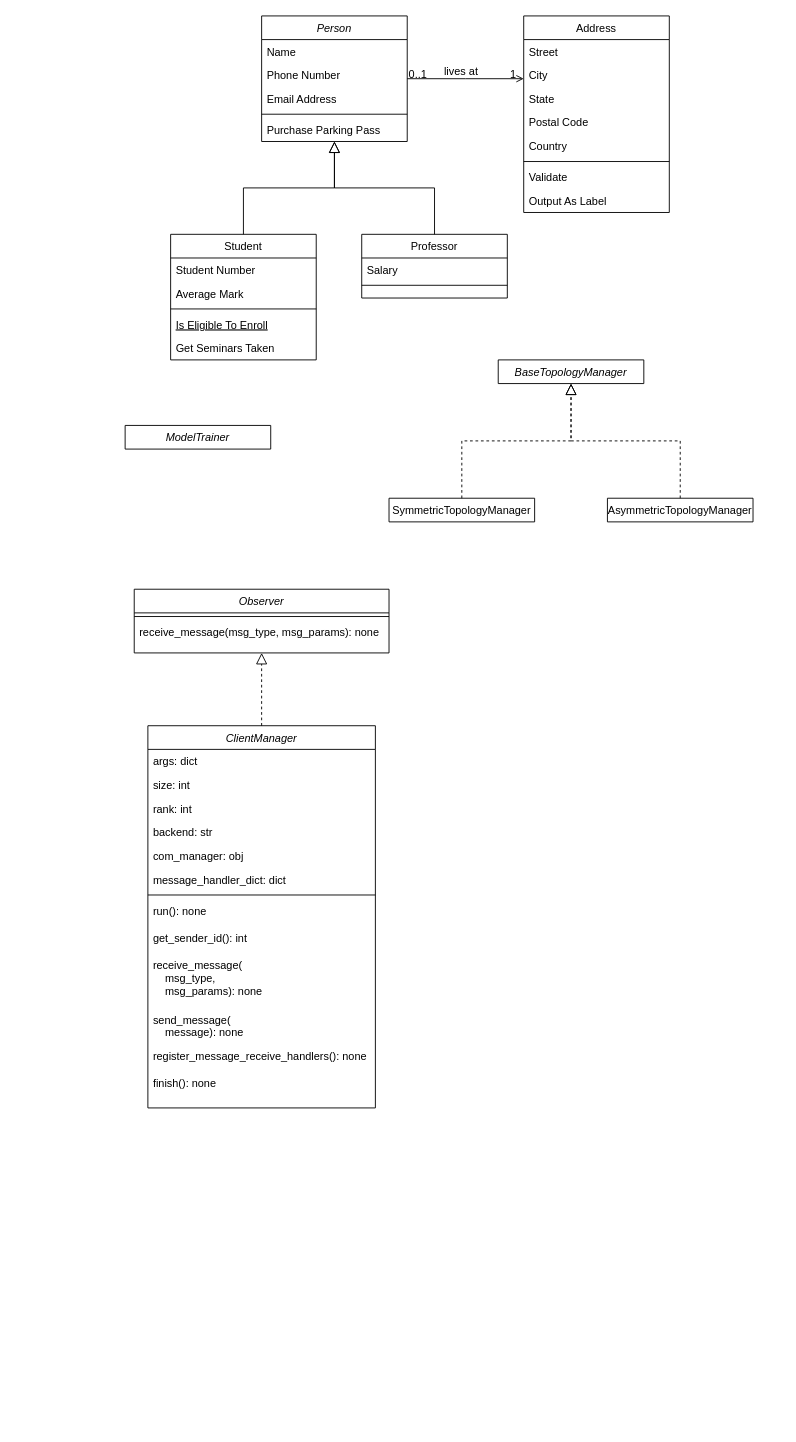
Above: FedML.drawio in joneswong/draw (draw.io), before the change. Source tidied: cells renumbered, new cells numbered last; positions are measured from the earlier drawing's top-left corner, leaving out a move shared by most shapes. Both pictures are drawn from the tidied source at 91%, with x=0, y=0 at pixel (125, 15).
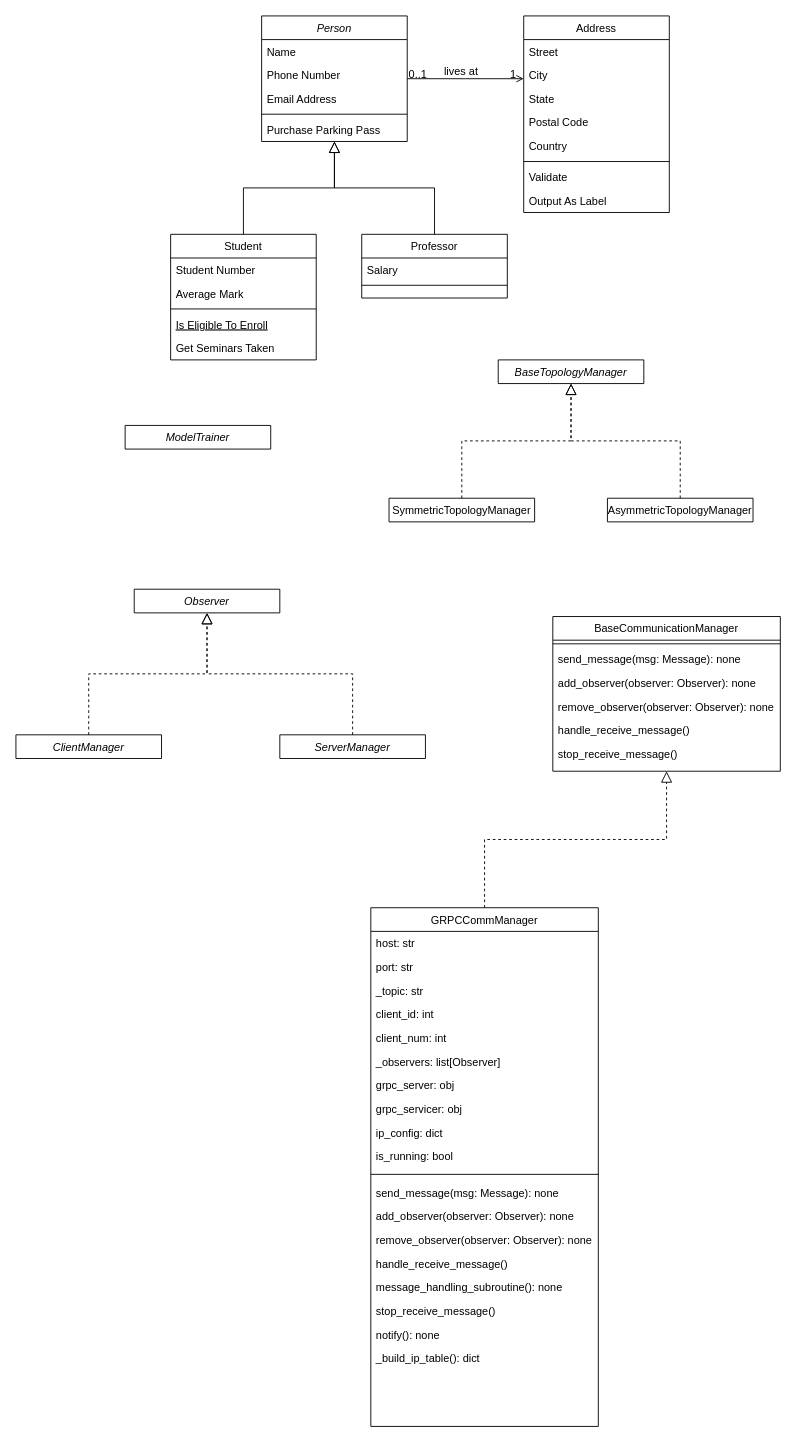
The same diagram, later.

The edit, as a diff of the source:
```diff
@@
-    <mxCell id="38" value="Observer" style="swimlane;fontStyle=2;align=center;verticalAlign=top;horizontal=1;startSize=26;rounded=0;shadow=0;strokeWidth=1;" parent="1" vertex="1">
-      <mxGeometry x="10" y="630" width="280" height="70" as="geometry" />
+    <mxCell id="38" value="Observer" style="swimlane;fontStyle=2;align=center;verticalAlign=top;horizontal=1;startSize=26;rounded=0;shadow=0;strokeWidth=1;" parent="1" vertex="1" collapsed="1">
+      <mxGeometry x="10" y="630" width="160" height="26" as="geometry" />
     </mxCell>
-    <mxCell id="39" style="line;html=1;strokeWidth=1;align=left;verticalAlign=middle;spacingTop=-1;spacingLeft=3;spacingRight=3;labelPosition=right;" parent="38" vertex="1">
-      <mxGeometry y="26" width="280" height="8" as="geometry" />
-    </mxCell>
-    <mxCell id="40" value="receive_message(msg_type, msg_params): none" style="text;align=left;verticalAlign=top;spacingLeft=4;spacingRight=4;overflow=hidden;" parent="38" vertex="1">
-      <mxGeometry y="34" width="280" height="26" as="geometry" />
-    </mxCell>
-    <mxCell id="41" value="ClientManager" style="swimlane;fontStyle=2;align=center;verticalAlign=top;horizontal=1;startSize=26;rounded=0;shadow=0;strokeWidth=1;" parent="1" vertex="1">
-      <mxGeometry x="25" y="780" width="250" height="420" as="geometry" />
+    <mxCell id="41" value="ClientManager" style="swimlane;fontStyle=2;align=center;verticalAlign=top;horizontal=1;startSize=26;rounded=0;shadow=0;strokeWidth=1;" parent="1" vertex="1" collapsed="1">
+      <mxGeometry x="-120" y="790" width="160" height="26" as="geometry" />
     </mxCell>
-    <mxCell id="42" value="args: dict" style="text;align=left;verticalAlign=top;spacingLeft=4;spacingRight=4;overflow=hidden;" parent="41" vertex="1">
-      <mxGeometry y="26" width="250" height="26" as="geometry" />
-    </mxCell>
-    <mxCell id="43" value="size: int" style="text;align=left;verticalAlign=top;spacingLeft=4;spacingRight=4;overflow=hidden;rounded=0;shadow=0;html=0;" parent="41" vertex="1">
-      <mxGeometry y="52" width="250" height="26" as="geometry" />
-    </mxCell>
-    <mxCell id="44" value="rank: int" style="text;align=left;verticalAlign=top;spacingLeft=4;spacingRight=4;overflow=hidden;rounded=0;shadow=0;html=0;" parent="41" vertex="1">
-      <mxGeometry y="78" width="250" height="26" as="geometry" />
-    </mxCell>
-    <mxCell id="45" value="backend: str" style="text;align=left;verticalAlign=top;spacingLeft=4;spacingRight=4;overflow=hidden;rounded=0;shadow=0;html=0;" parent="41" vertex="1">
-      <mxGeometry y="104" width="250" height="26" as="geometry" />
-    </mxCell>
-    <mxCell id="46" value="com_manager: obj" style="text;align=left;verticalAlign=top;spacingLeft=4;spacingRight=4;overflow=hidden;rounded=0;shadow=0;html=0;" parent="41" vertex="1">
-      <mxGeometry y="130" width="250" height="26" as="geometry" />
-    </mxCell>
-    <mxCell id="47" value="message_handler_dict: dict" style="text;align=left;verticalAlign=top;spacingLeft=4;spacingRight=4;overflow=hidden;rounded=0;shadow=0;html=0;" parent="41" vertex="1">
-      <mxGeometry y="156" width="250" height="26" as="geometry" />
-    </mxCell>
-    <mxCell id="48" style="line;html=1;strokeWidth=1;align=left;verticalAlign=middle;spacingTop=-1;spacingLeft=3;spacingRight=3;labelPosition=right;" parent="41" vertex="1">
-      <mxGeometry y="182" width="250" height="8" as="geometry" />
-    </mxCell>
-    <mxCell id="49" value="run(): none" style="text;align=left;verticalAlign=top;spacingLeft=4;spacingRight=4;overflow=hidden;" parent="41" vertex="1">
-      <mxGeometry y="190" width="250" height="30" as="geometry" />
-    </mxCell>
-    <mxCell id="50" value="get_sender_id(): int" style="text;align=left;verticalAlign=top;spacingLeft=4;spacingRight=4;overflow=hidden;" parent="41" vertex="1">
-      <mxGeometry y="220" width="250" height="30" as="geometry" />
-    </mxCell>
-    <mxCell id="51" value="receive_message(&#10;    msg_type, &#10;    msg_params): none" style="text;align=left;verticalAlign=top;spacingLeft=4;spacingRight=4;overflow=hidden;" parent="41" vertex="1">
-      <mxGeometry y="250" width="250" height="60" as="geometry" />
-    </mxCell>
-    <mxCell id="52" value="send_message(&#10;    message): none" style="text;align=left;verticalAlign=top;spacingLeft=4;spacingRight=4;overflow=hidden;" parent="41" vertex="1">
-      <mxGeometry y="310" width="250" height="40" as="geometry" />
-    </mxCell>
-    <mxCell id="53" value="register_message_receive_handlers(): none" style="text;align=left;verticalAlign=top;spacingLeft=4;spacingRight=4;overflow=hidden;" parent="41" vertex="1">
-      <mxGeometry y="350" width="250" height="30" as="geometry" />
-    </mxCell>
-    <mxCell id="54" value="finish(): none" style="text;align=left;verticalAlign=top;spacingLeft=4;spacingRight=4;overflow=hidden;" parent="41" vertex="1">
-      <mxGeometry y="380" width="250" height="30" as="geometry" />
-    </mxCell>
@@
+    <mxCell id="56" value="ServerManager" style="swimlane;fontStyle=2;align=center;verticalAlign=top;horizontal=1;startSize=26;rounded=0;shadow=0;strokeWidth=1;" parent="1" vertex="1" collapsed="1">
+      <mxGeometry x="170" y="790" width="160" height="26" as="geometry" />
+    </mxCell>
+    <mxCell id="57" style="endArrow=block;endSize=10;endFill=0;shadow=0;strokeWidth=1;rounded=0;edgeStyle=elbowEdgeStyle;elbow=vertical;exitX=0.5;exitY=0;exitDx=0;exitDy=0;dashed=1;entryX=0.5;entryY=1;entryDx=0;entryDy=0;" parent="1" edge="1" source="56" target="38">
+      <mxGeometry relative="1" as="geometry" />
+    </mxCell>
+    <mxCell id="58" value="BaseCommunicationManager" style="swimlane;fontStyle=0;align=center;verticalAlign=top;horizontal=1;startSize=26;rounded=0;shadow=0;strokeWidth=1;" parent="1" vertex="1">
+      <mxGeometry x="470" y="660" width="250" height="170" as="geometry" />
+    </mxCell>
+    <mxCell id="59" style="line;html=1;strokeWidth=1;align=left;verticalAlign=middle;spacingTop=-1;spacingLeft=3;spacingRight=3;labelPosition=right;" parent="58" vertex="1">
+      <mxGeometry y="26" width="250" height="8" as="geometry" />
+    </mxCell>
+    <mxCell id="60" value="send_message(msg: Message): none" style="text;align=left;verticalAlign=top;spacingLeft=4;spacingRight=4;overflow=hidden;" parent="58" vertex="1">
+      <mxGeometry y="34" width="250" height="26" as="geometry" />
+    </mxCell>
+    <mxCell id="61" value="add_observer(observer: Observer): none" style="text;align=left;verticalAlign=top;spacingLeft=4;spacingRight=4;overflow=hidden;" parent="58" vertex="1">
+      <mxGeometry y="60" width="250" height="26" as="geometry" />
+    </mxCell>
+    <mxCell id="62" value="remove_observer(observer: Observer): none" style="text;align=left;verticalAlign=top;spacingLeft=4;spacingRight=4;overflow=hidden;" parent="58" vertex="1">
+      <mxGeometry y="86" width="250" height="26" as="geometry" />
+    </mxCell>
+    <mxCell id="63" value="handle_receive_message()" style="text;align=left;verticalAlign=top;spacingLeft=4;spacingRight=4;overflow=hidden;" parent="58" vertex="1">
+      <mxGeometry y="112" width="250" height="26" as="geometry" />
+    </mxCell>
+    <mxCell id="64" value="stop_receive_message()" style="text;align=left;verticalAlign=top;spacingLeft=4;spacingRight=4;overflow=hidden;" parent="58" vertex="1">
+      <mxGeometry y="138" width="250" height="26" as="geometry" />
+    </mxCell>
+    <mxCell id="65" value="GRPCCommManager" style="swimlane;fontStyle=0;align=center;verticalAlign=top;horizontal=1;startSize=26;rounded=0;shadow=0;strokeWidth=1;" parent="1" vertex="1">
+      <mxGeometry x="270" y="980" width="250" height="570" as="geometry" />
+    </mxCell>
+    <mxCell id="66" value="host: str" style="text;align=left;verticalAlign=top;spacingLeft=4;spacingRight=4;overflow=hidden;" parent="65" vertex="1">
+      <mxGeometry y="26" width="250" height="26" as="geometry" />
+    </mxCell>
+    <mxCell id="67" value="port: str" style="text;align=left;verticalAlign=top;spacingLeft=4;spacingRight=4;overflow=hidden;" parent="65" vertex="1">
+      <mxGeometry y="52" width="250" height="26" as="geometry" />
+    </mxCell>
+    <mxCell id="68" value="_topic: str" style="text;align=left;verticalAlign=top;spacingLeft=4;spacingRight=4;overflow=hidden;" parent="65" vertex="1">
+      <mxGeometry y="78" width="250" height="26" as="geometry" />
+    </mxCell>
+    <mxCell id="69" value="client_id: int" style="text;align=left;verticalAlign=top;spacingLeft=4;spacingRight=4;overflow=hidden;" parent="65" vertex="1">
+      <mxGeometry y="104" width="250" height="26" as="geometry" />
+    </mxCell>
+    <mxCell id="70" value="client_num: int" style="text;align=left;verticalAlign=top;spacingLeft=4;spacingRight=4;overflow=hidden;" parent="65" vertex="1">
+      <mxGeometry y="130" width="250" height="26" as="geometry" />
+    </mxCell>
+    <mxCell id="71" value="_observers: list[Observer]" style="text;align=left;verticalAlign=top;spacingLeft=4;spacingRight=4;overflow=hidden;" parent="65" vertex="1">
+      <mxGeometry y="156" width="250" height="26" as="geometry" />
+    </mxCell>
+    <mxCell id="72" value="grpc_server: obj" style="text;align=left;verticalAlign=top;spacingLeft=4;spacingRight=4;overflow=hidden;" parent="65" vertex="1">
+      <mxGeometry y="182" width="250" height="26" as="geometry" />
+    </mxCell>
+    <mxCell id="73" value="grpc_servicer: obj" style="text;align=left;verticalAlign=top;spacingLeft=4;spacingRight=4;overflow=hidden;" parent="65" vertex="1">
+      <mxGeometry y="208" width="250" height="26" as="geometry" />
+    </mxCell>
+    <mxCell id="74" value="ip_config: dict" style="text;align=left;verticalAlign=top;spacingLeft=4;spacingRight=4;overflow=hidden;" parent="65" vertex="1">
+      <mxGeometry y="234" width="250" height="26" as="geometry" />
+    </mxCell>
+    <mxCell id="75" value="is_running: bool" style="text;align=left;verticalAlign=top;spacingLeft=4;spacingRight=4;overflow=hidden;" parent="65" vertex="1">
+      <mxGeometry y="260" width="250" height="26" as="geometry" />
+    </mxCell>
+    <mxCell id="76" style="line;html=1;strokeWidth=1;align=left;verticalAlign=middle;spacingTop=-1;spacingLeft=3;spacingRight=3;labelPosition=right;" parent="65" vertex="1">
+      <mxGeometry y="286" width="250" height="14" as="geometry" />
+    </mxCell>
+    <mxCell id="77" value="send_message(msg: Message): none" style="text;align=left;verticalAlign=top;spacingLeft=4;spacingRight=4;overflow=hidden;" parent="65" vertex="1">
+      <mxGeometry y="300" width="250" height="26" as="geometry" />
+    </mxCell>
+    <mxCell id="78" value="add_observer(observer: Observer): none" style="text;align=left;verticalAlign=top;spacingLeft=4;spacingRight=4;overflow=hidden;" parent="65" vertex="1">
+      <mxGeometry y="326" width="250" height="26" as="geometry" />
+    </mxCell>
+    <mxCell id="79" value="remove_observer(observer: Observer): none" style="text;align=left;verticalAlign=top;spacingLeft=4;spacingRight=4;overflow=hidden;" parent="65" vertex="1">
+      <mxGeometry y="352" width="250" height="26" as="geometry" />
+    </mxCell>
+    <mxCell id="80" value="handle_receive_message()" style="text;align=left;verticalAlign=top;spacingLeft=4;spacingRight=4;overflow=hidden;" parent="65" vertex="1">
+      <mxGeometry y="378" width="250" height="26" as="geometry" />
+    </mxCell>
+    <mxCell id="81" value="message_handling_subroutine(): none" style="text;align=left;verticalAlign=top;spacingLeft=4;spacingRight=4;overflow=hidden;" parent="65" vertex="1">
+      <mxGeometry y="404" width="250" height="26" as="geometry" />
+    </mxCell>
+    <mxCell id="82" value="stop_receive_message()" style="text;align=left;verticalAlign=top;spacingLeft=4;spacingRight=4;overflow=hidden;" parent="65" vertex="1">
+      <mxGeometry y="430" width="250" height="26" as="geometry" />
+    </mxCell>
+    <mxCell id="83" value="notify(): none" style="text;align=left;verticalAlign=top;spacingLeft=4;spacingRight=4;overflow=hidden;" parent="65" vertex="1">
+      <mxGeometry y="456" width="250" height="26" as="geometry" />
+    </mxCell>
+    <mxCell id="84" value="_build_ip_table(): dict" style="text;align=left;verticalAlign=top;spacingLeft=4;spacingRight=4;overflow=hidden;" parent="65" vertex="1">
+      <mxGeometry y="482" width="250" height="26" as="geometry" />
+    </mxCell>
+    <mxCell id="85" style="endArrow=block;endSize=10;endFill=0;shadow=0;strokeWidth=1;rounded=0;edgeStyle=elbowEdgeStyle;elbow=vertical;exitX=0.5;exitY=0;exitDx=0;exitDy=0;dashed=1;entryX=0.5;entryY=1;entryDx=0;entryDy=0;" parent="1" edge="1" source="65" target="58">
+      <mxGeometry relative="1" as="geometry" />
+    </mxCell>
```
